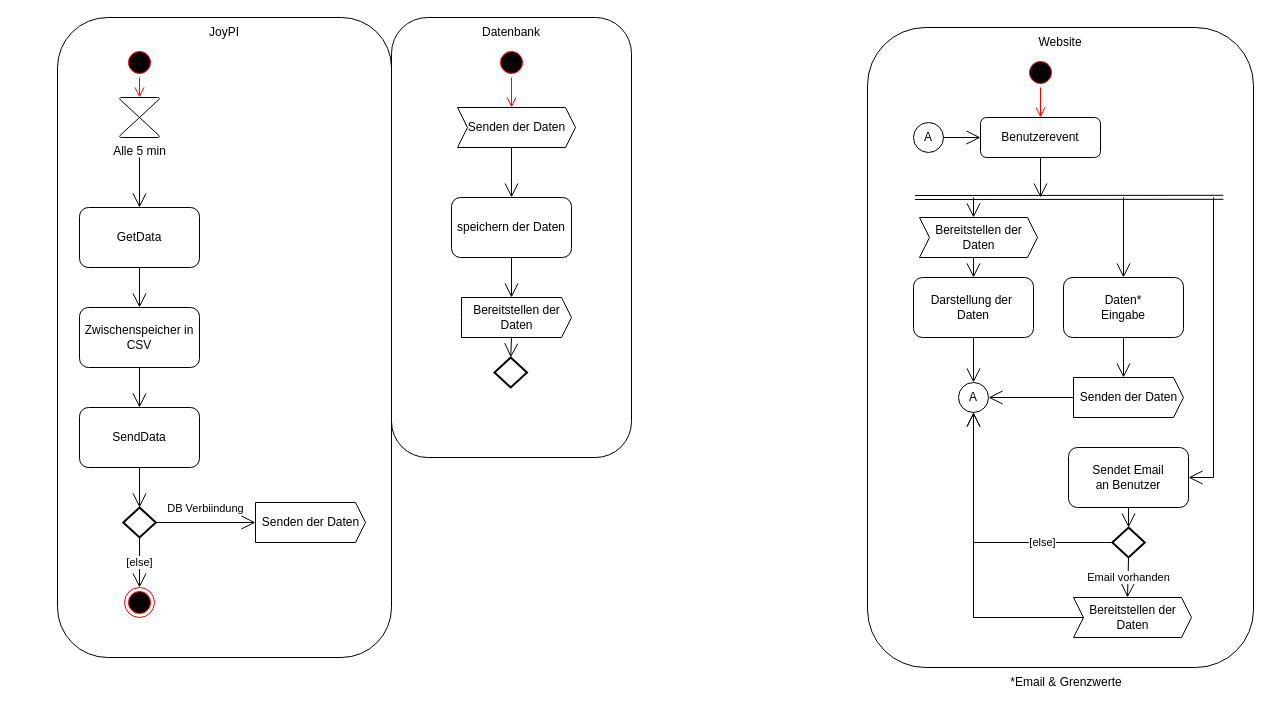
This is Aktivitätsdiagramm.drawio from SimonFurtm/CO2-TemperaturProjekt, a draw.io file, before an edit. Source tidied: cells renumbered, new cells numbered last; positions are measured from the earlier drawing's top-left corner, leaving out a move shared by most shapes. Both pictures are drawn from the tidied source at 100%, with x=0, y=0 at pixel (57, 17).
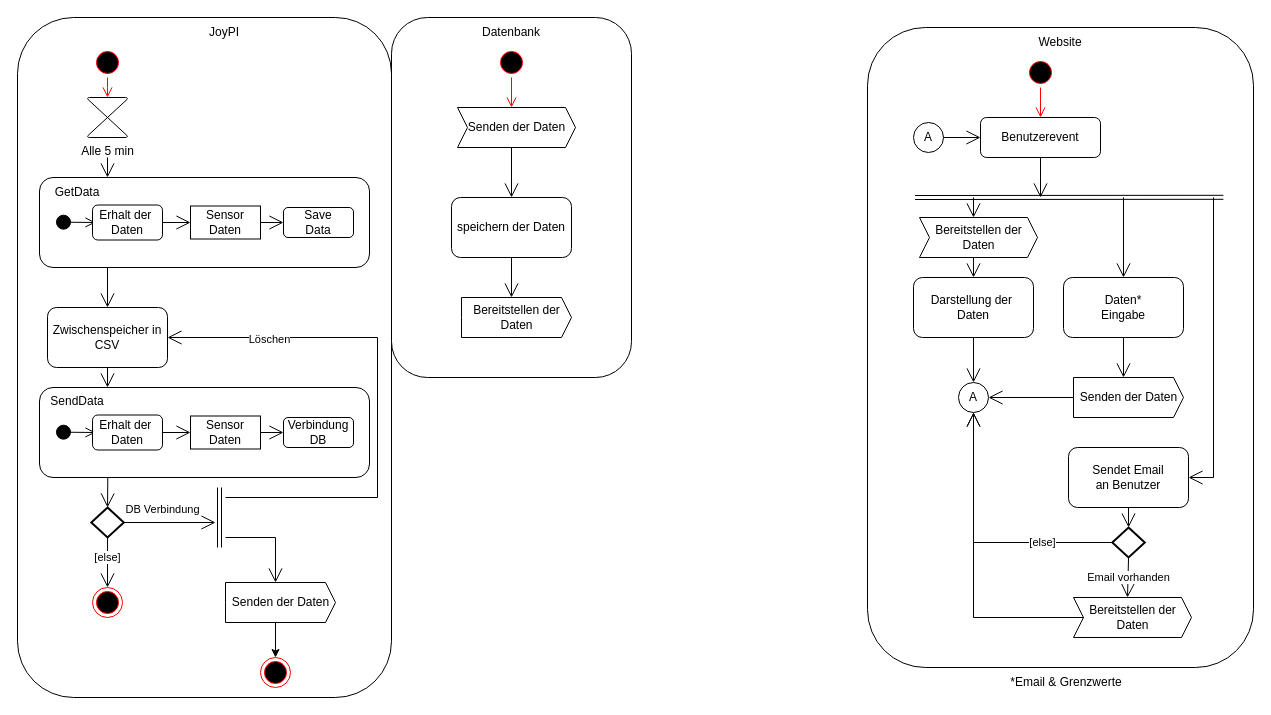
Above is the later version.

The change refers to these unchanged cells:
```xml
<mxCell id="28" value="Bereitstellen der &lt;br&gt;Daten" style="html=1;shadow=0;dashed=0;align=center;verticalAlign=middle;shape=mxgraph.arrows2.arrow;dy=0;dx=10;notch=0;" parent="1" vertex="1">
  <mxGeometry x="404" y="280" width="110" height="40" as="geometry" />
</mxCell>
```

What changed in the source:
```diff
@@
     <mxCell id="2" style="rounded=1;whiteSpace=wrap;html=1;" parent="1" vertex="1">
-      <mxGeometry width="334" height="640" as="geometry" />
+      <mxGeometry x="-40" width="374" height="680" as="geometry" />
     </mxCell>
     <mxCell id="3" style="rounded=1;whiteSpace=wrap;html=1;" parent="1" vertex="1">
-      <mxGeometry x="334" width="240" height="440" as="geometry" />
+      <mxGeometry x="334" width="240" height="360" as="geometry" />
     </mxCell>
@@
-    <mxCell id="8" value="GetData" style="rounded=1;whiteSpace=wrap;html=1;" parent="1" vertex="1">
-      <mxGeometry x="22" y="190" width="120" height="60" as="geometry" />
+    <mxCell id="8" style="rounded=1;whiteSpace=wrap;html=1;" parent="1" vertex="1">
+      <mxGeometry x="-18" y="160" width="330" height="90" as="geometry" />
     </mxCell>
     <mxCell id="9" value="Zwischenspeicher in CSV" style="rounded=1;whiteSpace=wrap;html=1;" parent="1" vertex="1">
-      <mxGeometry x="22" y="290" width="120" height="60" as="geometry" />
+      <mxGeometry x="-10" y="290" width="120" height="60" as="geometry" />
     </mxCell>
-    <mxCell id="10" style="endArrow=open;endFill=1;endSize=12;html=1;rounded=0;" parent="1" edge="1" target="8">
+    <mxCell id="10" style="endArrow=open;endFill=1;endSize=12;html=1;rounded=0;" parent="1" edge="1">
       <mxGeometry relative="1" as="geometry">
-        <mxPoint x="82" y="140" as="sourcePoint" />
+        <mxPoint x="50" y="140" as="sourcePoint" />
+        <mxPoint x="50" y="160" as="targetPoint" />
       </mxGeometry>
     </mxCell>
-    <mxCell id="11" style="endArrow=open;endFill=1;endSize=12;html=1;rounded=0;exitX=0.5;exitY=1;exitDx=0;exitDy=0;entryX=0.5;entryY=0;entryDx=0;entryDy=0;" parent="1" edge="1" source="8" target="9">
-      <mxGeometry relative="1" as="geometry" />
+    <mxCell id="11" style="endArrow=open;endFill=1;endSize=12;html=1;rounded=0;entryX=0.5;entryY=0;entryDx=0;entryDy=0;" parent="1" edge="1" target="9">
+      <mxGeometry relative="1" as="geometry">
+        <mxPoint x="50" y="250" as="sourcePoint" />
+      </mxGeometry>
     </mxCell>
-    <mxCell id="12" value="SendData" style="rounded=1;whiteSpace=wrap;html=1;" parent="1" vertex="1">
-      <mxGeometry x="22" y="390" width="120" height="60" as="geometry" />
-    </mxCell>
-    <mxCell id="13" style="endArrow=open;endFill=1;endSize=12;html=1;rounded=0;exitX=0.5;exitY=1;exitDx=0;exitDy=0;entryX=0.5;entryY=0;entryDx=0;entryDy=0;" parent="1" edge="1" source="9" target="12">
-      <mxGeometry relative="1" as="geometry" />
-    </mxCell>
     <mxCell id="14" style="strokeWidth=2;html=1;shape=mxgraph.flowchart.decision;whiteSpace=wrap;" parent="1" vertex="1">
-      <mxGeometry x="65.8" y="490" width="32.5" height="30" as="geometry" />
+      <mxGeometry x="33.8" y="490" width="32.5" height="30" as="geometry" />
     </mxCell>
-    <mxCell id="15" style="endArrow=open;endFill=1;endSize=12;html=1;rounded=0;exitX=0.5;exitY=1;exitDx=0;exitDy=0;entryX=0.5;entryY=0;entryDx=0;entryDy=0;entryPerimeter=0;" parent="1" edge="1" source="12" target="14">
+    <mxCell id="15" style="endArrow=open;endFill=1;endSize=12;html=1;rounded=0;exitX=0.207;exitY=0.98;exitDx=0;exitDy=0;entryX=0.5;entryY=0;entryDx=0;entryDy=0;entryPerimeter=0;exitPerimeter=0;" parent="1" edge="1" source="72" target="14">
       <mxGeometry relative="1" as="geometry" />
     </mxCell>
     <mxCell id="16" style="ellipse;html=1;shape=endState;fillColor=#000000;strokeColor=#ff0000;" parent="1" vertex="1">
-      <mxGeometry x="67" y="570" width="30" height="30" as="geometry" />
+      <mxGeometry x="35" y="570" width="30" height="30" as="geometry" />
     </mxCell>
     <mxCell id="17" style="ellipse;html=1;shape=startState;fillColor=#000000;strokeColor=#ff0000;" parent="1" vertex="1">
-      <mxGeometry x="67" y="30" width="30" height="30" as="geometry" />
+      <mxGeometry x="35" y="30" width="30" height="30" as="geometry" />
     </mxCell>
     <mxCell id="18" style="edgeStyle=orthogonalEdgeStyle;html=1;verticalAlign=bottom;endArrow=open;endSize=8;strokeColor=#ff0000;rounded=0;" parent="1" edge="1" source="17">
       <mxGeometry relative="1" as="geometry">
-        <mxPoint x="82" y="80" as="targetPoint" />
+        <mxPoint x="50" y="80" as="targetPoint" />
       </mxGeometry>
     </mxCell>
     <mxCell id="19" value="[else]" style="endArrow=open;endFill=1;endSize=12;html=1;rounded=0;exitX=0.5;exitY=1;exitDx=0;exitDy=0;exitPerimeter=0;entryX=0.5;entryY=0;entryDx=0;entryDy=0;" parent="1" edge="1" source="14" target="16">
-      <mxGeometry relative="1" as="geometry" />
+      <mxGeometry x="-0.2" relative="1" as="geometry" />
     </mxCell>
+    <mxCell id="60" style="edgeStyle=orthogonalEdgeStyle;rounded=0;jettySize=auto;html=1;exitX=0;exitY=0;exitDx=50;exitDy=40;exitPerimeter=0;" parent="1" edge="1" source="20" target="64">
+      <mxGeometry relative="1" as="geometry" />
+    </mxCell>
     <mxCell id="20" value="Senden der Daten" style="html=1;shadow=0;dashed=0;align=center;verticalAlign=middle;shape=mxgraph.arrows2.arrow;dy=0;dx=10;notch=0;" parent="1" vertex="1">
-      <mxGeometry x="198" y="485" width="110" height="40" as="geometry" />
+      <mxGeometry x="168" y="565" width="110" height="40" as="geometry" />
     </mxCell>
-    <mxCell id="21" style="endArrow=open;endFill=1;endSize=12;html=1;rounded=0;exitX=1;exitY=0.5;exitDx=0;exitDy=0;exitPerimeter=0;entryX=0;entryY=0.5;entryDx=0;entryDy=0;entryPerimeter=0;" parent="1" edge="1" source="14" target="20">
-      <mxGeometry relative="1" as="geometry" />
+    <mxCell id="21" style="endArrow=open;endFill=1;endSize=12;html=1;rounded=0;exitX=1;exitY=0.5;exitDx=0;exitDy=0;exitPerimeter=0;" parent="1" edge="1" source="14">
+      <mxGeometry relative="1" as="geometry">
+        <mxPoint x="158" y="505" as="targetPoint" />
+      </mxGeometry>
     </mxCell>
-    <mxCell id="22" value="DB Verbiindung" style="edgeLabel;html=1;align=center;verticalAlign=middle;" parent="21" vertex="1">
+    <mxCell id="22" value="DB Verbindung" style="edgeLabel;html=1;align=center;verticalAlign=middle;" parent="21" vertex="1">
       <mxGeometry x="-0.29" relative="1" as="geometry">
-        <mxPoint x="14" y="-15" as="offset" />
+        <mxPoint x="5" y="-14" as="offset" />
       </mxGeometry>
     </mxCell>
@@
-    <mxCell id="57" style="strokeWidth=2;html=1;shape=mxgraph.flowchart.decision;whiteSpace=wrap;" parent="1" vertex="1">
-      <mxGeometry x="437" y="340" width="32.5" height="30" as="geometry" />
-    </mxCell>
-    <mxCell id="58" style="endArrow=open;endFill=1;endSize=12;html=1;rounded=0;exitX=0;exitY=0;exitDx=50;exitDy=40;exitPerimeter=0;entryX=0.5;entryY=0;entryDx=0;entryDy=0;entryPerimeter=0;" parent="1" edge="1" source="28" target="57">
-      <mxGeometry relative="1" as="geometry" />
-    </mxCell>
     <mxCell id="59" value="Alle 5 min" style="verticalLabelPosition=bottom;verticalAlign=top;html=1;shape=mxgraph.flowchart.collate;" parent="1" vertex="1">
-      <mxGeometry x="62" y="80" width="40" height="40" as="geometry" />
+      <mxGeometry x="30" y="80" width="40" height="40" as="geometry" />
     </mxCell>
+    <mxCell id="61" style="endArrow=open;endFill=1;endSize=12;html=1;rounded=0;entryX=0;entryY=0;entryDx=50;entryDy=0;entryPerimeter=0;" parent="1" edge="1" target="20">
+      <mxGeometry relative="1" as="geometry">
+        <mxPoint x="168" y="520" as="sourcePoint" />
+        <Array as="points">
+          <mxPoint x="218" y="520" />
+        </Array>
+      </mxGeometry>
+    </mxCell>
+    <mxCell id="62" style="endArrow=open;endFill=1;endSize=12;html=1;rounded=0;entryX=1;entryY=0.5;entryDx=0;entryDy=0;" parent="1" edge="1" target="9">
+      <mxGeometry relative="1" as="geometry">
+        <mxPoint x="168" y="480" as="sourcePoint" />
+        <Array as="points">
+          <mxPoint x="320" y="480" />
+          <mxPoint x="320" y="320" />
+        </Array>
+      </mxGeometry>
+    </mxCell>
+    <mxCell id="63" value="Löschen" style="edgeLabel;html=1;align=center;verticalAlign=middle;" parent="62" vertex="1">
+      <mxGeometry x="-0.19" relative="1" as="geometry">
+        <mxPoint x="-109" y="-100" as="offset" />
+      </mxGeometry>
+    </mxCell>
+    <mxCell id="64" style="ellipse;html=1;shape=endState;fillColor=#000000;strokeColor=#ff0000;" parent="1" vertex="1">
+      <mxGeometry x="203" y="640" width="30" height="30" as="geometry" />
+    </mxCell>
+    <mxCell id="65" style="html=1;verticalAlign=bottom;startArrow=circle;startFill=1;endArrow=open;startSize=6;endSize=8;rounded=0;" parent="1" edge="1">
+      <mxGeometry relative="1" as="geometry">
+        <mxPoint x="-2" y="204.6" as="sourcePoint" />
+        <mxPoint x="38" y="205" as="targetPoint" />
+      </mxGeometry>
+    </mxCell>
+    <mxCell id="66" value="Erhalt der&amp;nbsp;&lt;br&gt;Daten" style="rounded=1;whiteSpace=wrap;html=1;" parent="1" vertex="1">
+      <mxGeometry x="35" y="187.5" width="70" height="35" as="geometry" />
+    </mxCell>
+    <mxCell id="67" value="Sensor Daten" style="rounded=0;whiteSpace=wrap;html=1;" parent="1" vertex="1">
+      <mxGeometry x="133" y="188.5" width="70" height="33" as="geometry" />
+    </mxCell>
+    <mxCell id="68" style="endArrow=open;endFill=1;endSize=12;html=1;rounded=0;exitX=1;exitY=0.5;exitDx=0;exitDy=0;entryX=0;entryY=0.5;entryDx=0;entryDy=0;" parent="1" edge="1" source="66" target="67">
+      <mxGeometry relative="1" as="geometry" />
+    </mxCell>
+    <mxCell id="69" value="Save&lt;br&gt;Data" style="rounded=1;whiteSpace=wrap;html=1;" parent="1" vertex="1">
+      <mxGeometry x="226" y="190" width="70" height="30" as="geometry" />
+    </mxCell>
+    <mxCell id="70" style="endArrow=open;endFill=1;endSize=12;html=1;rounded=0;exitX=1;exitY=0.5;exitDx=0;exitDy=0;entryX=0;entryY=0.5;entryDx=0;entryDy=0;" parent="1" edge="1" source="67" target="69">
+      <mxGeometry relative="1" as="geometry" />
+    </mxCell>
+    <mxCell id="71" style="shape=link;html=1;rounded=0;" parent="1" edge="1">
+      <mxGeometry relative="1" as="geometry">
+        <mxPoint x="162" y="470" as="sourcePoint" />
+        <mxPoint x="162" y="530" as="targetPoint" />
+      </mxGeometry>
+    </mxCell>
+    <mxCell id="72" style="rounded=1;whiteSpace=wrap;html=1;" parent="1" vertex="1">
+      <mxGeometry x="-18" y="370" width="330" height="90" as="geometry" />
+    </mxCell>
+    <mxCell id="73" style="html=1;verticalAlign=bottom;startArrow=circle;startFill=1;endArrow=open;startSize=6;endSize=8;rounded=0;" parent="1" edge="1">
+      <mxGeometry relative="1" as="geometry">
+        <mxPoint x="-2" y="414.6" as="sourcePoint" />
+        <mxPoint x="38" y="415" as="targetPoint" />
+      </mxGeometry>
+    </mxCell>
+    <mxCell id="74" value="Erhalt der&amp;nbsp;&lt;br&gt;Daten" style="rounded=1;whiteSpace=wrap;html=1;" parent="1" vertex="1">
+      <mxGeometry x="35" y="397.5" width="70" height="35" as="geometry" />
+    </mxCell>
+    <mxCell id="75" value="Sensor Daten" style="rounded=0;whiteSpace=wrap;html=1;" parent="1" vertex="1">
+      <mxGeometry x="133" y="398.5" width="70" height="33" as="geometry" />
+    </mxCell>
+    <mxCell id="76" style="endArrow=open;endFill=1;endSize=12;html=1;rounded=0;exitX=1;exitY=0.5;exitDx=0;exitDy=0;entryX=0;entryY=0.5;entryDx=0;entryDy=0;" parent="1" edge="1" source="74" target="75">
+      <mxGeometry relative="1" as="geometry" />
+    </mxCell>
+    <mxCell id="77" value="Verbindung&lt;br&gt;DB" style="rounded=1;whiteSpace=wrap;html=1;" parent="1" vertex="1">
+      <mxGeometry x="226" y="400" width="70" height="30" as="geometry" />
+    </mxCell>
+    <mxCell id="78" style="endArrow=open;endFill=1;endSize=12;html=1;rounded=0;exitX=1;exitY=0.5;exitDx=0;exitDy=0;entryX=0;entryY=0.5;entryDx=0;entryDy=0;" parent="1" edge="1" source="75" target="77">
+      <mxGeometry relative="1" as="geometry" />
+    </mxCell>
+    <mxCell id="79" style="endArrow=open;endFill=1;endSize=12;html=1;rounded=0;exitX=0.5;exitY=1;exitDx=0;exitDy=0;" parent="1" edge="1" source="9">
+      <mxGeometry relative="1" as="geometry">
+        <mxPoint x="50" y="370" as="targetPoint" />
+      </mxGeometry>
+    </mxCell>
+    <mxCell id="80" value="GetData" style="text;html=1;strokeColor=none;fillColor=none;align=center;verticalAlign=middle;whiteSpace=wrap;rounded=0;" parent="1" vertex="1">
+      <mxGeometry x="-10" y="160" width="60" height="30" as="geometry" />
+    </mxCell>
+    <mxCell id="12" value="SendData" style="text;html=1;strokeColor=none;fillColor=none;align=center;verticalAlign=middle;whiteSpace=wrap;rounded=0;" parent="1" vertex="1">
+      <mxGeometry x="-10" y="368.5" width="60" height="30" as="geometry" />
+    </mxCell>
```
